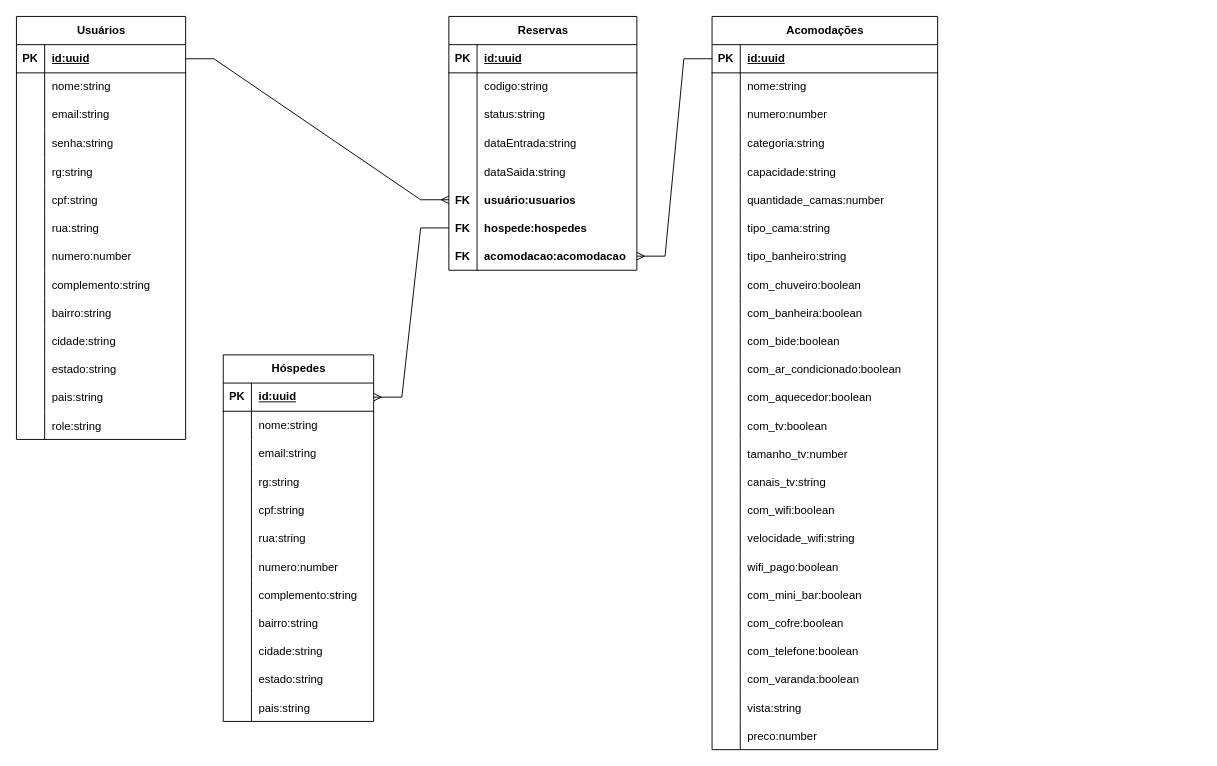
Above: page "DER" (4 of 7) of diagram/arquitetura.drawio in Lucas-Salomao/back-pousada-ypua (draw.io), before the change. Source tidied: cells renumbered, new cells numbered last; positions are measured from the earlier drawing's top-left corner, leaving out a move shared by most shapes. Both pictures are drawn from the tidied source at 94%, with x=0, y=0 at pixel (16, 16).
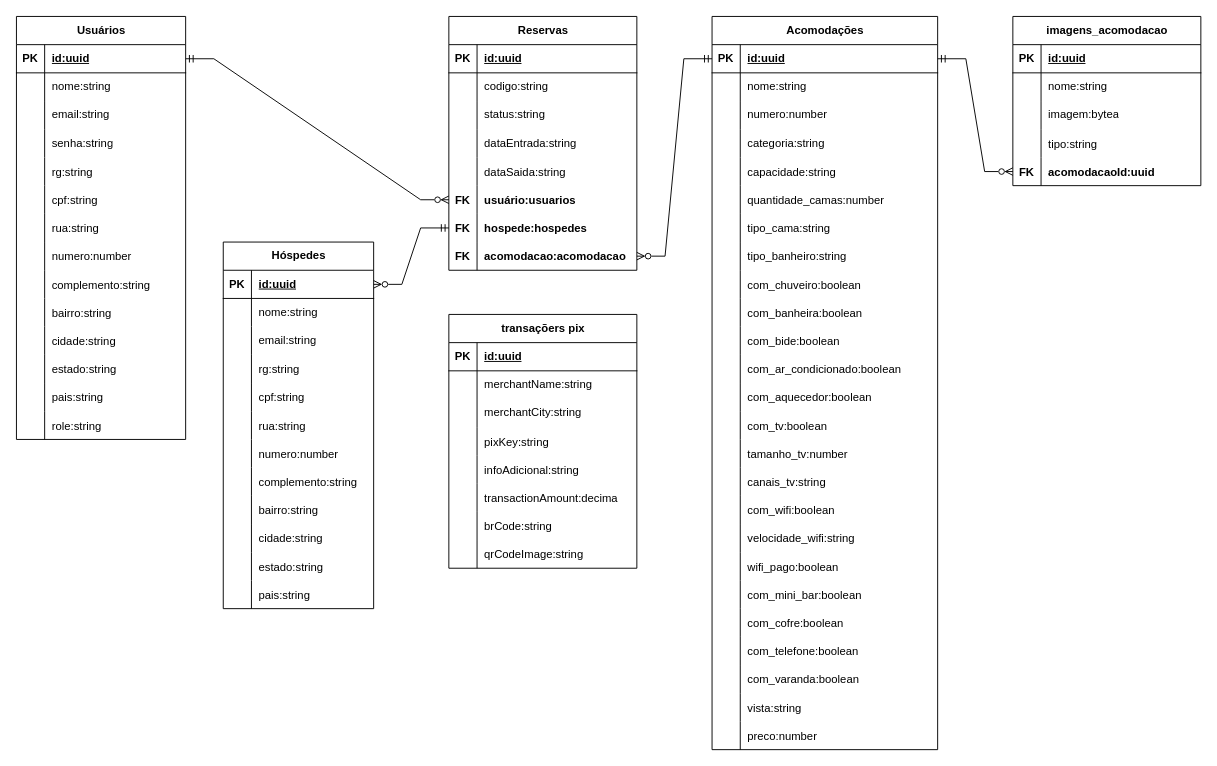
Above is the later version.

The change refers to these unchanged cells:
```xml
<mxCell id="3" style="shape=tableRow;horizontal=0;startSize=0;swimlaneHead=0;swimlaneBody=0;fillColor=none;points=[[0,0.5],[1,0.5]];portConstraint=eastwest;top=0;left=0;right=0;bottom=1;" parent="2" vertex="1">
  <mxGeometry y="30" width="180" height="30" as="geometry" />
</mxCell>
<mxCell id="61" style="shape=tableRow;horizontal=0;startSize=0;swimlaneHead=0;swimlaneBody=0;fillColor=none;points=[[0,0.5],[1,0.5]];portConstraint=eastwest;top=0;left=0;right=0;bottom=0;" parent="45" vertex="1">
  <mxGeometry y="180" width="200" height="30" as="geometry" />
</mxCell>
<mxCell id="64" style="shape=tableRow;horizontal=0;startSize=0;swimlaneHead=0;swimlaneBody=0;fillColor=none;points=[[0,0.5],[1,0.5]];portConstraint=eastwest;top=0;left=0;right=0;bottom=0;" parent="45" vertex="1">
  <mxGeometry y="210" width="200" height="30" as="geometry" />
</mxCell>
<mxCell id="67" style="shape=tableRow;horizontal=0;startSize=0;swimlaneHead=0;swimlaneBody=0;fillColor=none;points=[[0,0.5],[1,0.5]];portConstraint=eastwest;top=0;left=0;right=0;bottom=0;" parent="45" vertex="1">
  <mxGeometry y="240" width="200" height="30" as="geometry" />
</mxCell>
<mxCell id="71" style="shape=tableRow;horizontal=0;startSize=0;swimlaneHead=0;swimlaneBody=0;fillColor=none;points=[[0,0.5],[1,0.5]];portConstraint=eastwest;top=0;left=0;right=0;bottom=1;" parent="70" vertex="1">
  <mxGeometry y="30" width="240" height="30" as="geometry" />
</mxCell>
<mxCell id="147" style="shape=tableRow;horizontal=0;startSize=0;swimlaneHead=0;swimlaneBody=0;fillColor=none;points=[[0,0.5],[1,0.5]];portConstraint=eastwest;top=0;left=0;right=0;bottom=1;" parent="146" vertex="1">
  <mxGeometry y="30" width="160" height="30" as="geometry" />
</mxCell>
```

What changed in the source:
```diff
@@
     <mxCell id="146" value="Hóspedes" style="shape=table;startSize=30;childLayout=tableLayout;rowLines=0;fontStyle=1;align=center;html=1;" parent="1" vertex="1">
-      <mxGeometry x="220" y="360" width="160" height="390" as="geometry" />
+      <mxGeometry x="220" y="240" width="160" height="390" as="geometry" />
     </mxCell>
@@
-    <mxCell id="183" style="edgeStyle=entityRelationEdgeStyle;fontSize=12;html=1;endArrow=ERmany;rounded=0;exitX=0;exitY=0.5;exitDx=0;exitDy=0;entryX=1;entryY=0.5;entryDx=0;entryDy=0;" parent="1" edge="1" source="64" target="147">
+    <mxCell id="183" style="edgeStyle=entityRelationEdgeStyle;fontSize=12;html=1;endArrow=ERzeroToMany;rounded=0;exitX=0;exitY=0.5;exitDx=0;exitDy=0;entryX=1;entryY=0.5;entryDx=0;entryDy=0;startArrow=ERmandOne;startFill=0;endFill=0;" parent="1" edge="1" source="64" target="147">
       <mxGeometry relative="1" as="geometry" />
     </mxCell>
-    <mxCell id="184" style="edgeStyle=entityRelationEdgeStyle;fontSize=12;html=1;endArrow=ERmany;rounded=0;entryX=1;entryY=0.5;entryDx=0;entryDy=0;" parent="1" edge="1" source="71" target="67">
+    <mxCell id="184" style="edgeStyle=entityRelationEdgeStyle;fontSize=12;html=1;endArrow=ERzeroToMany;rounded=0;entryX=1;entryY=0.5;entryDx=0;entryDy=0;startArrow=ERmandOne;startFill=0;endFill=0;" parent="1" edge="1" source="71" target="67">
       <mxGeometry relative="1" as="geometry" />
     </mxCell>
-    <mxCell id="185" style="edgeStyle=entityRelationEdgeStyle;fontSize=12;html=1;endArrow=ERmany;rounded=0;entryX=0;entryY=0.5;entryDx=0;entryDy=0;exitX=1;exitY=0.5;exitDx=0;exitDy=0;" parent="1" edge="1" source="3" target="61">
+    <mxCell id="185" style="edgeStyle=entityRelationEdgeStyle;fontSize=12;html=1;endArrow=ERzeroToMany;rounded=0;entryX=0;entryY=0.5;entryDx=0;entryDy=0;exitX=1;exitY=0.5;exitDx=0;exitDy=0;startArrow=ERmandOne;startFill=0;endFill=0;" parent="1" edge="1" source="3" target="61">
       <mxGeometry relative="1" as="geometry" />
     </mxCell>
+    <mxCell id="186" value="imagens_acomodacao" style="shape=table;startSize=30;childLayout=tableLayout;rowLines=0;fontStyle=1;align=center;html=1;" parent="1" vertex="1">
+      <mxGeometry x="1060" width="200" height="180" as="geometry" />
+    </mxCell>
+    <mxCell id="187" style="shape=tableRow;horizontal=0;startSize=0;swimlaneHead=0;swimlaneBody=0;fillColor=none;top=0;left=0;right=0;bottom=1;" parent="186" vertex="1">
+      <mxGeometry y="30" width="200" height="30" as="geometry" />
+    </mxCell>
+    <mxCell id="188" value="PK" style="shape=partialRectangle;fillColor=none;top=0;left=0;bottom=0;right=0;fontStyle=1;overflow=hidden;whiteSpace=wrap;html=1;" parent="187" vertex="1">
+      <mxGeometry width="30" height="30" as="geometry" />
+    </mxCell>
+    <mxCell id="189" value="id:uuid" style="shape=partialRectangle;fillColor=none;top=0;left=0;bottom=0;right=0;align=left;spacingLeft=6;fontStyle=5;overflow=hidden;whiteSpace=wrap;html=1;" parent="187" vertex="1">
+      <mxGeometry x="30" width="170" height="30" as="geometry" />
+    </mxCell>
+    <mxCell id="190" style="shape=tableRow;horizontal=0;startSize=0;swimlaneHead=0;swimlaneBody=0;fillColor=none;top=0;left=0;right=0;bottom=0;" parent="186" vertex="1">
+      <mxGeometry y="60" width="200" height="30" as="geometry" />
+    </mxCell>
+    <mxCell id="191" style="shape=partialRectangle;fillColor=none;top=0;left=0;bottom=0;right=0;overflow=hidden;whiteSpace=wrap;html=1;" parent="190" vertex="1">
+      <mxGeometry width="30" height="30" as="geometry" />
+    </mxCell>
+    <mxCell id="192" value="nome:string" style="shape=partialRectangle;fillColor=none;top=0;left=0;bottom=0;right=0;align=left;spacingLeft=6;overflow=hidden;whiteSpace=wrap;html=1;" parent="190" vertex="1">
+      <mxGeometry x="30" width="170" height="30" as="geometry" />
+    </mxCell>
+    <mxCell id="193" style="shape=tableRow;horizontal=0;startSize=0;swimlaneHead=0;swimlaneBody=0;fillColor=none;top=0;left=0;right=0;bottom=0;" parent="186" vertex="1">
+      <mxGeometry y="90" width="200" height="30" as="geometry" />
+    </mxCell>
+    <mxCell id="194" style="shape=partialRectangle;fillColor=none;top=0;left=0;bottom=0;right=0;overflow=hidden;whiteSpace=wrap;html=1;" parent="193" vertex="1">
+      <mxGeometry width="30" height="30" as="geometry" />
+    </mxCell>
+    <mxCell id="195" value="imagem:bytea" style="shape=partialRectangle;fillColor=none;top=0;left=0;bottom=0;right=0;align=left;spacingLeft=6;overflow=hidden;whiteSpace=wrap;html=1;" parent="193" vertex="1">
+      <mxGeometry x="30" width="170" height="30" as="geometry" />
+    </mxCell>
+    <mxCell id="196" style="shape=tableRow;horizontal=0;startSize=0;swimlaneHead=0;swimlaneBody=0;fillColor=none;top=0;left=0;right=0;bottom=0;" parent="186" vertex="1">
+      <mxGeometry y="120" width="200" height="30" as="geometry" />
+    </mxCell>
+    <mxCell id="197" style="shape=partialRectangle;fillColor=none;top=0;left=0;bottom=0;right=0;overflow=hidden;" parent="196" vertex="1">
+      <mxGeometry width="30" height="30" as="geometry" />
+    </mxCell>
+    <mxCell id="198" value="tipo:string" style="shape=partialRectangle;fillColor=none;top=0;left=0;bottom=0;right=0;align=left;spacingLeft=6;overflow=hidden;" parent="196" vertex="1">
+      <mxGeometry x="30" width="170" height="30" as="geometry" />
+    </mxCell>
+    <mxCell id="199" style="shape=tableRow;horizontal=0;startSize=0;swimlaneHead=0;swimlaneBody=0;fillColor=none;points=[[0,0.5],[1,0.5]];portConstraint=eastwest;top=0;left=0;right=0;bottom=0;" parent="186" vertex="1">
+      <mxGeometry y="150" width="200" height="30" as="geometry" />
+    </mxCell>
+    <mxCell id="200" value="FK" style="shape=partialRectangle;fillColor=none;top=0;left=0;bottom=0;right=0;overflow=hidden;fontStyle=1;" parent="199" vertex="1">
+      <mxGeometry width="30" height="30" as="geometry" />
+    </mxCell>
+    <mxCell id="201" value="acomodacaoId:uuid" style="shape=partialRectangle;fillColor=none;top=0;left=0;bottom=0;right=0;align=left;spacingLeft=6;overflow=hidden;fontStyle=1;" parent="199" vertex="1">
+      <mxGeometry x="30" width="170" height="30" as="geometry" />
+    </mxCell>
+    <mxCell id="202" style="edgeStyle=entityRelationEdgeStyle;fontSize=12;html=1;endArrow=ERzeroToMany;rounded=0;entryX=0;entryY=0.5;entryDx=0;entryDy=0;exitX=1;exitY=0.5;exitDx=0;exitDy=0;startArrow=ERmandOne;startFill=0;endFill=0;" parent="1" edge="1" source="71" target="199">
+      <mxGeometry relative="1" as="geometry" />
+    </mxCell>
+    <mxCell id="203" value="transaçõers pix" style="shape=table;startSize=30;childLayout=tableLayout;rowLines=0;fontStyle=1;align=center;html=1;" parent="1" vertex="1">
+      <mxGeometry x="460" y="317" width="200" height="270" as="geometry" />
+    </mxCell>
+    <mxCell id="204" style="shape=tableRow;horizontal=0;startSize=0;swimlaneHead=0;swimlaneBody=0;fillColor=none;top=0;left=0;right=0;bottom=1;" parent="203" vertex="1">
+      <mxGeometry y="30" width="200" height="30" as="geometry" />
+    </mxCell>
+    <mxCell id="205" value="PK" style="shape=partialRectangle;fillColor=none;top=0;left=0;bottom=0;right=0;fontStyle=1;overflow=hidden;whiteSpace=wrap;html=1;" parent="204" vertex="1">
+      <mxGeometry width="30" height="30" as="geometry" />
+    </mxCell>
+    <mxCell id="206" value="id:uuid" style="shape=partialRectangle;fillColor=none;top=0;left=0;bottom=0;right=0;align=left;spacingLeft=6;fontStyle=5;overflow=hidden;whiteSpace=wrap;html=1;" parent="204" vertex="1">
+      <mxGeometry x="30" width="170" height="30" as="geometry" />
+    </mxCell>
+    <mxCell id="207" style="shape=tableRow;horizontal=0;startSize=0;swimlaneHead=0;swimlaneBody=0;fillColor=none;top=0;left=0;right=0;bottom=0;" parent="203" vertex="1">
+      <mxGeometry y="60" width="200" height="30" as="geometry" />
+    </mxCell>
+    <mxCell id="208" style="shape=partialRectangle;fillColor=none;top=0;left=0;bottom=0;right=0;overflow=hidden;whiteSpace=wrap;html=1;" parent="207" vertex="1">
+      <mxGeometry width="30" height="30" as="geometry" />
+    </mxCell>
+    <mxCell id="209" value="merchantName:string" style="shape=partialRectangle;fillColor=none;top=0;left=0;bottom=0;right=0;align=left;spacingLeft=6;overflow=hidden;whiteSpace=wrap;html=1;" parent="207" vertex="1">
+      <mxGeometry x="30" width="170" height="30" as="geometry" />
+    </mxCell>
+    <mxCell id="210" style="shape=tableRow;horizontal=0;startSize=0;swimlaneHead=0;swimlaneBody=0;fillColor=none;top=0;left=0;right=0;bottom=0;" parent="203" vertex="1">
+      <mxGeometry y="90" width="200" height="30" as="geometry" />
+    </mxCell>
+    <mxCell id="211" style="shape=partialRectangle;fillColor=none;top=0;left=0;bottom=0;right=0;overflow=hidden;whiteSpace=wrap;html=1;" parent="210" vertex="1">
+      <mxGeometry width="30" height="30" as="geometry" />
+    </mxCell>
+    <mxCell id="212" value="merchantCity:string" style="shape=partialRectangle;fillColor=none;top=0;left=0;bottom=0;right=0;align=left;spacingLeft=6;overflow=hidden;whiteSpace=wrap;html=1;" parent="210" vertex="1">
+      <mxGeometry x="30" width="170" height="30" as="geometry" />
+    </mxCell>
+    <mxCell id="213" style="shape=tableRow;horizontal=0;startSize=0;swimlaneHead=0;swimlaneBody=0;fillColor=none;top=0;left=0;right=0;bottom=0;" parent="203" vertex="1">
+      <mxGeometry y="120" width="200" height="30" as="geometry" />
+    </mxCell>
+    <mxCell id="214" style="shape=partialRectangle;fillColor=none;top=0;left=0;bottom=0;right=0;overflow=hidden;" parent="213" vertex="1">
+      <mxGeometry width="30" height="30" as="geometry" />
+    </mxCell>
+    <mxCell id="215" value="pixKey:string" style="shape=partialRectangle;fillColor=none;top=0;left=0;bottom=0;right=0;align=left;spacingLeft=6;overflow=hidden;" parent="213" vertex="1">
+      <mxGeometry x="30" width="170" height="30" as="geometry" />
+    </mxCell>
+    <mxCell id="216" style="shape=tableRow;horizontal=0;startSize=0;swimlaneHead=0;swimlaneBody=0;fillColor=none;top=0;left=0;right=0;bottom=0;" parent="203" vertex="1">
+      <mxGeometry y="150" width="200" height="30" as="geometry" />
+    </mxCell>
+    <mxCell id="217" style="shape=partialRectangle;fillColor=none;top=0;left=0;bottom=0;right=0;overflow=hidden;" parent="216" vertex="1">
+      <mxGeometry width="30" height="30" as="geometry" />
+    </mxCell>
+    <mxCell id="218" value="infoAdicional:string" style="shape=partialRectangle;fillColor=none;top=0;left=0;bottom=0;right=0;align=left;spacingLeft=6;overflow=hidden;" parent="216" vertex="1">
+      <mxGeometry x="30" width="170" height="30" as="geometry" />
+    </mxCell>
+    <mxCell id="219" style="shape=tableRow;horizontal=0;startSize=0;swimlaneHead=0;swimlaneBody=0;fillColor=none;top=0;left=0;right=0;bottom=0;" parent="203" vertex="1">
+      <mxGeometry y="180" width="200" height="30" as="geometry" />
+    </mxCell>
+    <mxCell id="220" style="shape=partialRectangle;fillColor=none;top=0;left=0;bottom=0;right=0;overflow=hidden;" parent="219" vertex="1">
+      <mxGeometry width="30" height="30" as="geometry" />
+    </mxCell>
+    <mxCell id="221" value="transactionAmount:decima" style="shape=partialRectangle;fillColor=none;top=0;left=0;bottom=0;right=0;align=left;spacingLeft=6;overflow=hidden;" parent="219" vertex="1">
+      <mxGeometry x="30" width="170" height="30" as="geometry" />
+    </mxCell>
+    <mxCell id="222" style="shape=tableRow;horizontal=0;startSize=0;swimlaneHead=0;swimlaneBody=0;fillColor=none;top=0;left=0;right=0;bottom=0;" parent="203" vertex="1">
+      <mxGeometry y="210" width="200" height="30" as="geometry" />
+    </mxCell>
+    <mxCell id="223" style="shape=partialRectangle;fillColor=none;top=0;left=0;bottom=0;right=0;overflow=hidden;" parent="222" vertex="1">
+      <mxGeometry width="30" height="30" as="geometry" />
+    </mxCell>
+    <mxCell id="224" value="brCode:string" style="shape=partialRectangle;fillColor=none;top=0;left=0;bottom=0;right=0;align=left;spacingLeft=6;overflow=hidden;" parent="222" vertex="1">
+      <mxGeometry x="30" width="170" height="30" as="geometry" />
+    </mxCell>
+    <mxCell id="225" style="shape=tableRow;horizontal=0;startSize=0;swimlaneHead=0;swimlaneBody=0;fillColor=none;top=0;left=0;right=0;bottom=0;" parent="203" vertex="1">
+      <mxGeometry y="240" width="200" height="30" as="geometry" />
+    </mxCell>
+    <mxCell id="226" style="shape=partialRectangle;fillColor=none;top=0;left=0;bottom=0;right=0;overflow=hidden;" parent="225" vertex="1">
+      <mxGeometry width="30" height="30" as="geometry" />
+    </mxCell>
+    <mxCell id="227" value="qrCodeImage:string" style="shape=partialRectangle;fillColor=none;top=0;left=0;bottom=0;right=0;align=left;spacingLeft=6;overflow=hidden;" parent="225" vertex="1">
+      <mxGeometry x="30" width="170" height="30" as="geometry" />
+    </mxCell>
```
